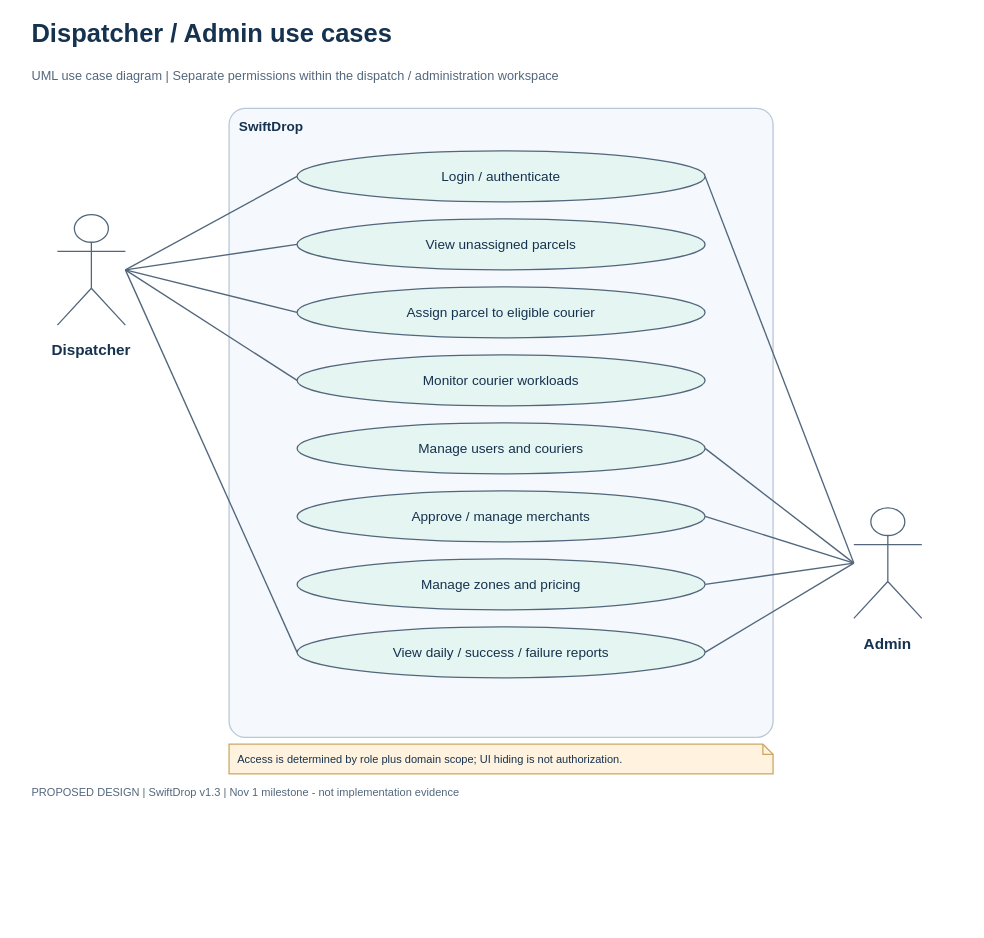
Suthankan1/swiftdrop keeps this draw.io diagram as docs/diagrams/editable/04_dispatcher_admin_use_cases.drawio. Above is the earlier version. Source tidied: cells renumbered, new cells numbered last; positions are measured from the earlier drawing's top-left corner, leaving out a move shared by most shapes. Both pictures are drawn from the tidied source at 85%, with x=0, y=0 at pixel (14, 14).
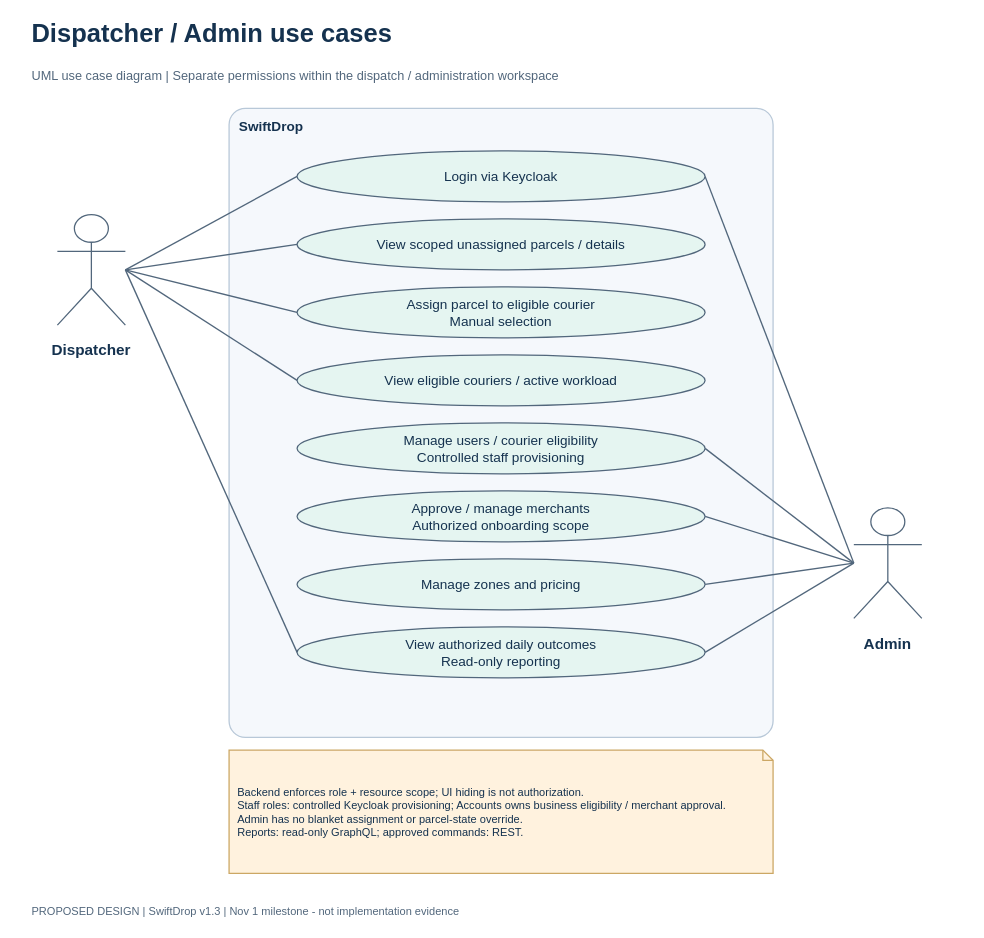
After the change.

Commit message (it also covers changes not shown here):
docs(dispatcher): review use cases and assignment flow

Change to the diagram source:
```diff
@@
     <mxCell id="15" value="PROPOSED DESIGN | SwiftDrop v1.3 | Nov 1 milestone - not implementation evidence" style="text;html=0;whiteSpace=wrap;align=left;verticalAlign=middle;fontFamily=Helvetica;fontSize=13;fontColor=#52677C;fontStyle=0;fillColor=#FFFFFF;strokeColor=#52677C;strokeWidth=1.5;spacing=10;fillColor=none;strokeColor=none;spacing=0;" parent="1" vertex="1">
-      <mxGeometry x="20" y="900" width="1104" height="30" as="geometry" />
+      <mxGeometry x="20" y="1040" width="1104" height="30" as="geometry" />
     </mxCell>
@@
-    <mxCell id="21" value="Login / authenticate" style="ellipse;html=0;whiteSpace=wrap;align=center;verticalAlign=middle;fontFamily=Helvetica;fontSize=16;fontColor=#15324F;fontStyle=0;fillColor=#E5F5F1;strokeColor=#52677C;strokeWidth=1.5;spacing=10;" parent="1" vertex="1">
+    <mxCell id="21" value="Login via Keycloak" style="ellipse;html=0;whiteSpace=wrap;align=center;verticalAlign=middle;fontFamily=Helvetica;fontSize=16;fontColor=#15324F;fontStyle=0;fillColor=#E5F5F1;strokeColor=#52677C;strokeWidth=1.5;spacing=10;" parent="1" vertex="1">
       <mxGeometry x="332" y="160" width="480" height="60" as="geometry" />
     </mxCell>
-    <mxCell id="22" value="View unassigned parcels" style="ellipse;html=0;whiteSpace=wrap;align=center;verticalAlign=middle;fontFamily=Helvetica;fontSize=16;fontColor=#15324F;fontStyle=0;fillColor=#E5F5F1;strokeColor=#52677C;strokeWidth=1.5;spacing=10;" parent="1" vertex="1">
+    <mxCell id="22" value="View scoped unassigned parcels / details" style="ellipse;html=0;whiteSpace=wrap;align=center;verticalAlign=middle;fontFamily=Helvetica;fontSize=16;fontColor=#15324F;fontStyle=0;fillColor=#E5F5F1;strokeColor=#52677C;strokeWidth=1.5;spacing=10;" parent="1" vertex="1">
       <mxGeometry x="332" y="240" width="480" height="60" as="geometry" />
     </mxCell>
-    <mxCell id="23" value="Assign parcel to eligible courier" style="ellipse;html=0;whiteSpace=wrap;align=center;verticalAlign=middle;fontFamily=Helvetica;fontSize=16;fontColor=#15324F;fontStyle=0;fillColor=#E5F5F1;strokeColor=#52677C;strokeWidth=1.5;spacing=10;" parent="1" vertex="1">
+    <mxCell id="23" value="Assign parcel to eligible courier&#10;Manual selection" style="ellipse;html=0;whiteSpace=wrap;align=center;verticalAlign=middle;fontFamily=Helvetica;fontSize=16;fontColor=#15324F;fontStyle=0;fillColor=#E5F5F1;strokeColor=#52677C;strokeWidth=1.5;spacing=10;" parent="1" vertex="1">
       <mxGeometry x="332" y="320" width="480" height="60" as="geometry" />
     </mxCell>
-    <mxCell id="24" value="Monitor courier workloads" style="ellipse;html=0;whiteSpace=wrap;align=center;verticalAlign=middle;fontFamily=Helvetica;fontSize=16;fontColor=#15324F;fontStyle=0;fillColor=#E5F5F1;strokeColor=#52677C;strokeWidth=1.5;spacing=10;" parent="1" vertex="1">
+    <mxCell id="24" value="View eligible couriers / active workload" style="ellipse;html=0;whiteSpace=wrap;align=center;verticalAlign=middle;fontFamily=Helvetica;fontSize=16;fontColor=#15324F;fontStyle=0;fillColor=#E5F5F1;strokeColor=#52677C;strokeWidth=1.5;spacing=10;" parent="1" vertex="1">
       <mxGeometry x="332" y="400" width="480" height="60" as="geometry" />
     </mxCell>
-    <mxCell id="25" value="Manage users and couriers" style="ellipse;html=0;whiteSpace=wrap;align=center;verticalAlign=middle;fontFamily=Helvetica;fontSize=16;fontColor=#15324F;fontStyle=0;fillColor=#E5F5F1;strokeColor=#52677C;strokeWidth=1.5;spacing=10;" parent="1" vertex="1">
+    <mxCell id="25" value="Manage users / courier eligibility&#10;Controlled staff provisioning" style="ellipse;html=0;whiteSpace=wrap;align=center;verticalAlign=middle;fontFamily=Helvetica;fontSize=16;fontColor=#15324F;fontStyle=0;fillColor=#E5F5F1;strokeColor=#52677C;strokeWidth=1.5;spacing=10;" parent="1" vertex="1">
       <mxGeometry x="332" y="480" width="480" height="60" as="geometry" />
     </mxCell>
-    <mxCell id="26" value="Approve / manage merchants" style="ellipse;html=0;whiteSpace=wrap;align=center;verticalAlign=middle;fontFamily=Helvetica;fontSize=16;fontColor=#15324F;fontStyle=0;fillColor=#E5F5F1;strokeColor=#52677C;strokeWidth=1.5;spacing=10;" parent="1" vertex="1">
+    <mxCell id="26" value="Approve / manage merchants&#10;Authorized onboarding scope" style="ellipse;html=0;whiteSpace=wrap;align=center;verticalAlign=middle;fontFamily=Helvetica;fontSize=16;fontColor=#15324F;fontStyle=0;fillColor=#E5F5F1;strokeColor=#52677C;strokeWidth=1.5;spacing=10;" parent="1" vertex="1">
       <mxGeometry x="332" y="560" width="480" height="60" as="geometry" />
     </mxCell>
@@
-    <mxCell id="28" value="View daily / success / failure reports" style="ellipse;html=0;whiteSpace=wrap;align=center;verticalAlign=middle;fontFamily=Helvetica;fontSize=16;fontColor=#15324F;fontStyle=0;fillColor=#E5F5F1;strokeColor=#52677C;strokeWidth=1.5;spacing=10;" parent="1" vertex="1">
+    <mxCell id="28" value="View authorized daily outcomes&#10;Read-only reporting" style="ellipse;html=0;whiteSpace=wrap;align=center;verticalAlign=middle;fontFamily=Helvetica;fontSize=16;fontColor=#15324F;fontStyle=0;fillColor=#E5F5F1;strokeColor=#52677C;strokeWidth=1.5;spacing=10;" parent="1" vertex="1">
       <mxGeometry x="332" y="720" width="480" height="60" as="geometry" />
     </mxCell>
-    <mxCell id="29" value="Access is determined by role plus domain scope; UI hiding is not authorization." style="shape=note;size=12;html=0;whiteSpace=wrap;align=left;verticalAlign=middle;fontFamily=Helvetica;fontSize=13;fontColor=#15324F;fontStyle=0;fillColor=#FFF2DE;strokeColor=#CCA764;strokeWidth=1.5;spacing=10;" parent="1" vertex="1">
-      <mxGeometry x="252" y="858" width="640" height="35" as="geometry" />
+    <mxCell id="29" value="Backend enforces role + resource scope; UI hiding is not authorization.&#10;Staff roles: controlled Keycloak provisioning; Accounts owns business eligibility / merchant approval.&#10;Admin has no blanket assignment or parcel-state override.&#10;Reports: read-only GraphQL; approved commands: REST." style="shape=note;size=12;html=0;whiteSpace=wrap;align=left;verticalAlign=middle;fontFamily=Helvetica;fontSize=13;fontColor=#15324F;fontStyle=0;fillColor=#FFF2DE;strokeColor=#CCA764;strokeWidth=1.5;spacing=10;" parent="1" vertex="1">
+      <mxGeometry x="252" y="865" width="640" height="145" as="geometry" />
     </mxCell>
```
